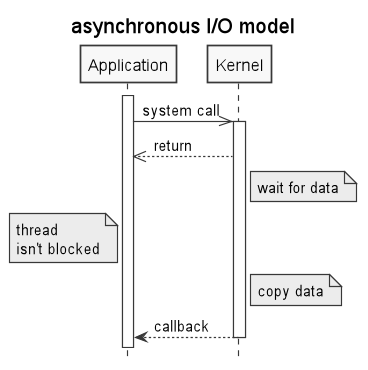
The PlantUML diagram .images/asynchronous_IO_model.png in c0p4c4b4n4/demo-sockets-io-nio-nio2, before a commit. Its diagram source:
```plantuml
@startuml
title asynchronous I/O model
hide footbox
skinparam monochrome true
skinparam shadowing false
activate Application
Application->>Kernel: system call
activate Kernel
Kernel-->>Application: return
Note right of Kernel: wait for data
Note left of Application: thread\nisn't blocked
Note right of Kernel: copy data
Kernel-->Application: callback
deactivate Kernel
@enduml
```
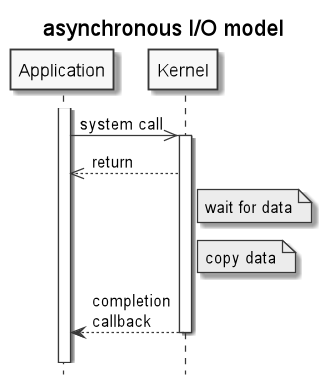
Later version of the same file.

The edit, as a diff of the source:
```diff
@@ -2,14 +2,13 @@
 title asynchronous I/O model
 hide footbox
 skinparam monochrome true
-skinparam shadowing false
 activate Application
 Application->>Kernel: system call
 activate Kernel
 Kernel-->>Application: return
 Note right of Kernel: wait for data
-Note left of Application: thread\nisn't blocked
 Note right of Kernel: copy data
-Kernel-->Application: callback
+Kernel-->Application: completion\ncallback
 deactivate Kernel
+||15||
 @enduml
```
